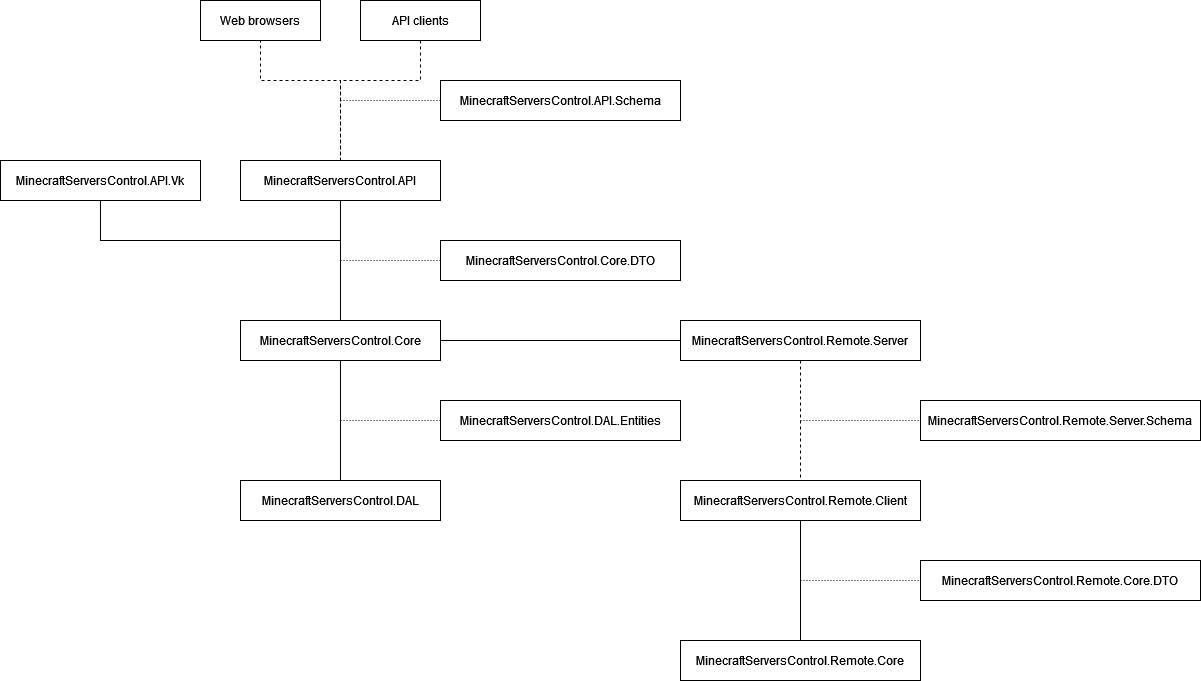
Earlier version of the draw.io export ProjectRelationships.drawio.png (Vlas-Omsk/MinecraftServersControl). Source tidied: cells renumbered, new cells last; positions are measured from the earlier drawing's top-left corner, leaving out a move shared by most shapes.
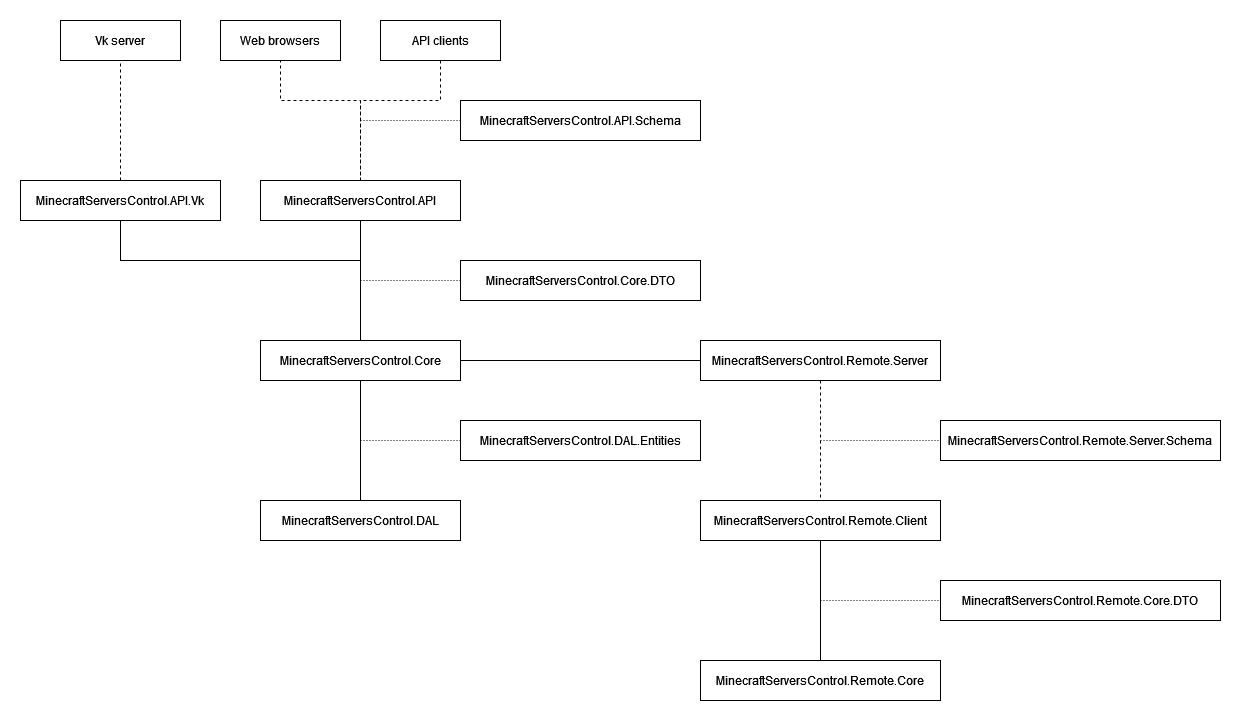
After the commit.

Change to the diagram source:
```diff
@@ -108,5 +108,11 @@
         </Array>
       </mxGeometry>
     </mxCell>
+    <mxCell id="29" value="Vk server" style="rounded=0;whiteSpace=wrap;html=1;" parent="1" vertex="1">
+      <mxGeometry x="40" width="120" height="40" as="geometry" />
+    </mxCell>
+    <mxCell id="30" style="endArrow=none;html=1;rounded=0;edgeStyle=orthogonalEdgeStyle;endFill=0;dashed=1;entryX=0.5;entryY=1;entryDx=0;entryDy=0;" parent="1" edge="1" source="27" target="29">
+      <mxGeometry relative="1" as="geometry" />
+    </mxCell>
   </root>
 </mxGraphModel>
```
